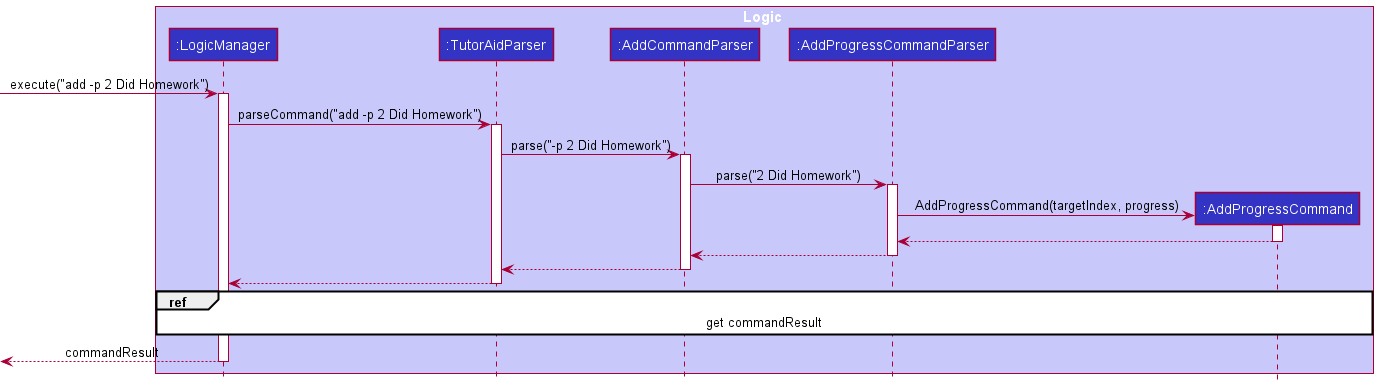
Above: docs/images/ParseAddProgressCommandSequenceDiagram.png in nus-cs2103-AY2122S1/tp (PlantUML), before the change. The source it was exported from:
```plantuml
@startuml
!include style.puml

box Logic LOGIC_COLOR_T1
participant ":LogicManager" as LogicManager LOGIC_COLOR
participant ":TutorAidParser" as TutorAidParser LOGIC_COLOR
participant ":AddCommandParser" as AddCommandParser LOGIC_COLOR
participant ":AddProgressCommandParser" as AddProgressCommandParser LOGIC_COLOR
participant ":AddProgressCommand" as AddProgressCommand LOGIC_COLOR
end box

[-> LogicManager : execute("add -p 2 Did Homework")
activate LogicManager

LogicManager -> TutorAidParser : parseCommand("add -p 2 Did Homework")
activate TutorAidParser

TutorAidParser -> AddCommandParser : parse("-p 2 Did Homework")
activate AddCommandParser

AddCommandParser -> AddProgressCommandParser : parse("2 Did Homework")
activate AddProgressCommandParser

create AddProgressCommand
AddProgressCommandParser -> AddProgressCommand : AddProgressCommand(targetIndex, progress)
activate AddProgressCommand
AddProgressCommandParser <-- AddProgressCommand
deactivate AddProgressCommand

AddCommandParser <-- AddProgressCommandParser
deactivate AddProgressCommandParser

TutorAidParser <-- AddCommandParser
deactivate AddCommandParser

LogicManager <-- TutorAidParser
deactivate TutorAidParser

ref over LogicManager, AddProgressCommand : get commandResult
<-- LogicManager : commandResult
deactivate LogicManager
@enduml
```
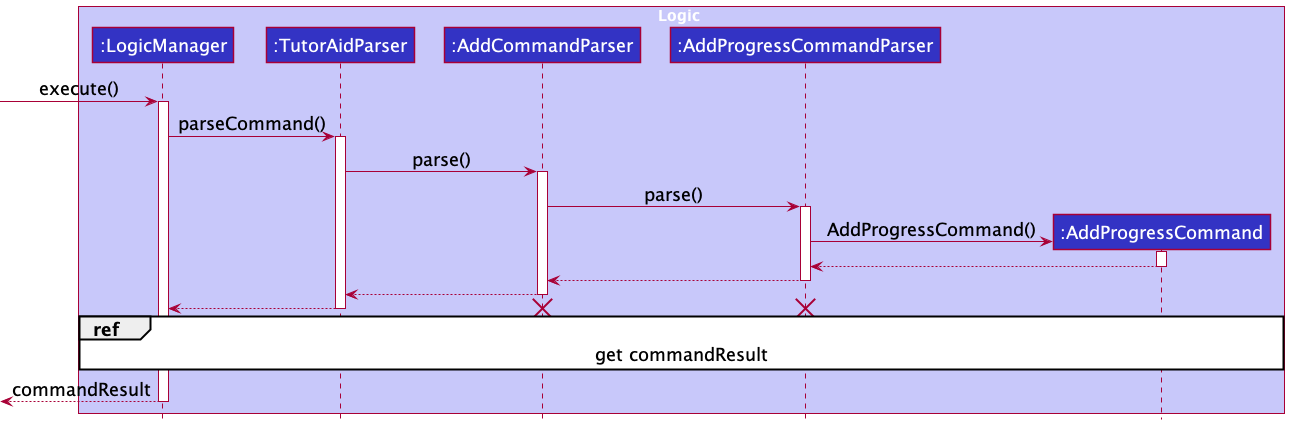
The same diagram one commit later.

The edit, as a diff of the source:
```diff
@@ -9,20 +9,25 @@
 participant ":AddProgressCommand" as AddProgressCommand LOGIC_COLOR
 end box
 
-[-> LogicManager : execute("add -p 2 Did Homework")
+skinparam classFontSize 18
+skinparam packageFontSize 18
+skinparam classStereotypeFontSize 18
+skinparam defaultFontSize 18
+
+[-> LogicManager : execute()
 activate LogicManager
 
-LogicManager -> TutorAidParser : parseCommand("add -p 2 Did Homework")
+LogicManager -> TutorAidParser : parseCommand()
 activate TutorAidParser
 
-TutorAidParser -> AddCommandParser : parse("-p 2 Did Homework")
+TutorAidParser -> AddCommandParser : parse()
 activate AddCommandParser
 
-AddCommandParser -> AddProgressCommandParser : parse("2 Did Homework")
+AddCommandParser -> AddProgressCommandParser : parse()
 activate AddProgressCommandParser
 
 create AddProgressCommand
-AddProgressCommandParser -> AddProgressCommand : AddProgressCommand(targetIndex, progress)
+AddProgressCommandParser -> AddProgressCommand : AddProgressCommand()
 activate AddProgressCommand
 AddProgressCommandParser <-- AddProgressCommand
 deactivate AddProgressCommand
@@ -36,7 +41,12 @@
 LogicManager <-- TutorAidParser
 deactivate TutorAidParser
 
+destroy AddProgressCommandParser
+
+destroy AddCommandParser
+
 ref over LogicManager, AddProgressCommand : get commandResult
 <-- LogicManager : commandResult
 deactivate LogicManager
+
 @enduml
```
